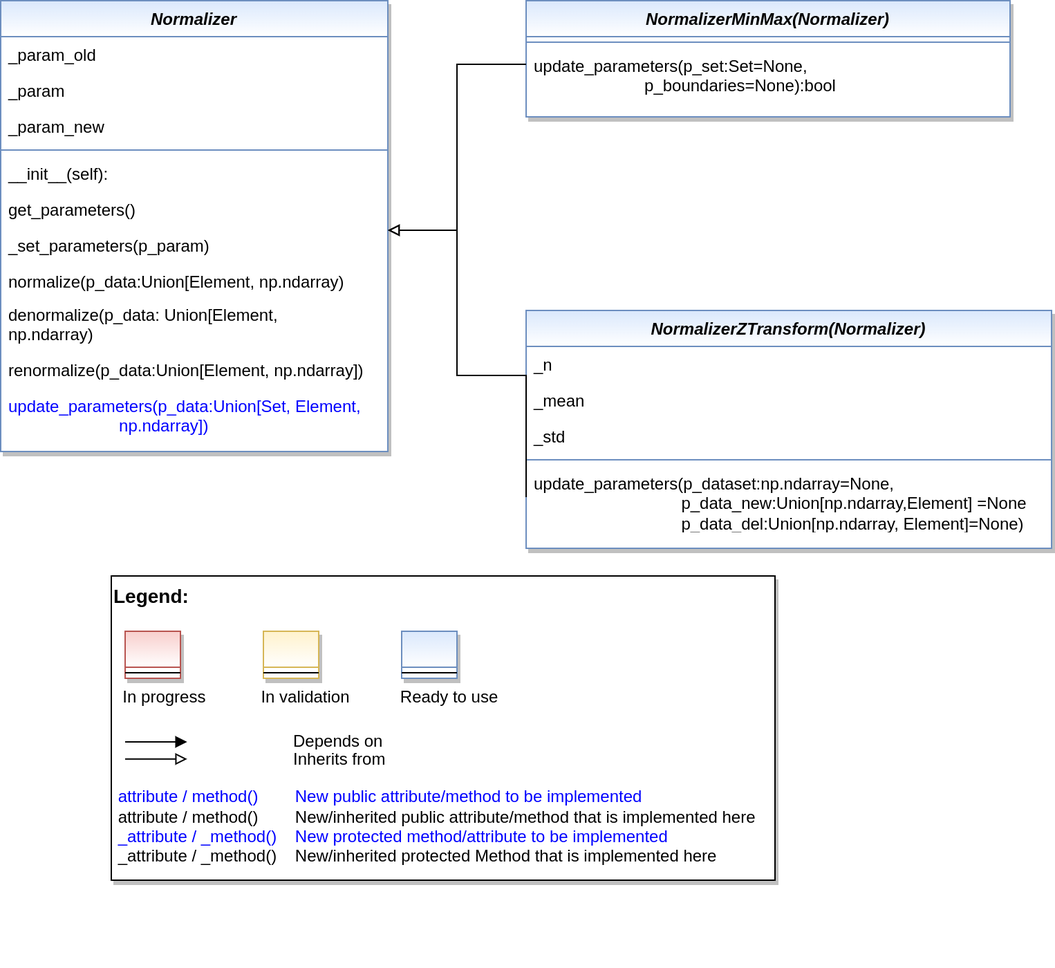
Before: doc/rtd/content/99_appendices/appendix2/sub/mlpro_bf/layer2_mathematics/images/MLPro-BF-Math-Normalizers_class_diagram.drawio.png, a diagram exported from draw.io (fhswf/MLPro). Source tidied: cells renumbered, new cells last; positions are measured from the earlier drawing's top-left corner, leaving out a move shared by most shapes.
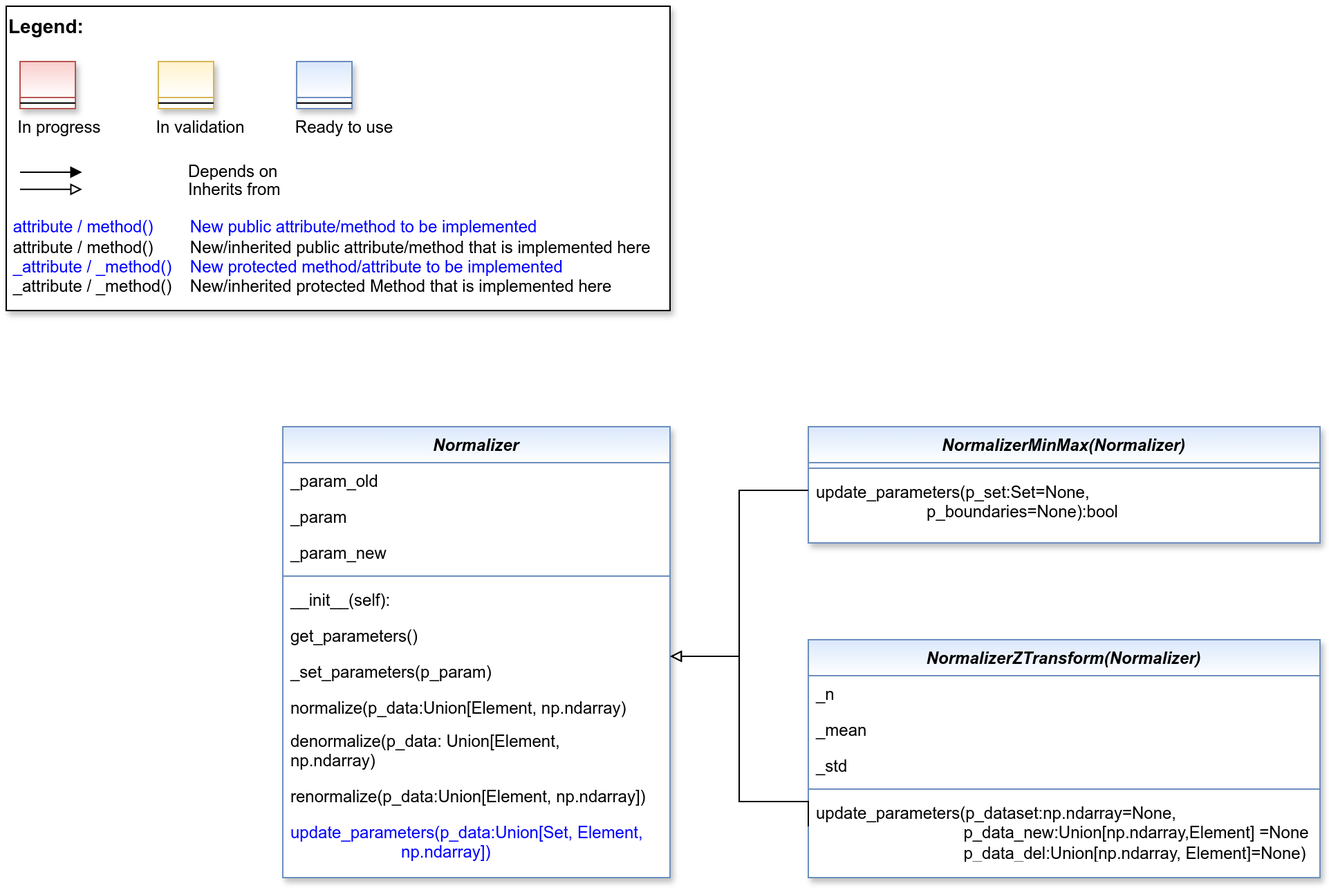
Later version of the same file.

The edit, as a diff of the source:
```diff
@@ -1,8 +1,8 @@
 <mxGraphModel>
   <root>
-    <mxCell id="0" />
-    <mxCell id="1" parent="0" />
+    <mxCell id="35" />
+    <mxCell id="36" parent="35" />
-    <mxCell id="2" value="Normalizer" style="swimlane;fontStyle=3;align=center;verticalAlign=top;horizontal=1;startSize=26;rounded=0;shadow=1;strokeWidth=1;fillColor=#dae8fc;strokeColor=#6c8ebf;gradientColor=#FFFFFF;swimlaneFillColor=#FFFFFF;" parent="1" vertex="1">
+    <mxCell id="2" value="Normalizer" style="swimlane;fontStyle=3;align=center;verticalAlign=top;horizontal=1;startSize=26;rounded=0;shadow=1;strokeWidth=1;fillColor=#dae8fc;strokeColor=#6c8ebf;gradientColor=#FFFFFF;swimlaneFillColor=#FFFFFF;" parent="36" vertex="1">
       <mxGeometry width="280" height="326" as="geometry" />
     </mxCell>
     <mxCell id="3" value="_param_old" style="text;align=left;verticalAlign=top;spacingLeft=4;spacingRight=4;overflow=hidden;rounded=0;shadow=0;html=0;" parent="2" vertex="1">
@@ -38,58 +38,58 @@
     <mxCell id="13" value="update_parameters(p_data:Union[Set, Element,                         np.ndarray])" style="text;align=left;verticalAlign=top;spacingLeft=4;spacingRight=4;overflow=hidden;fontColor=#0000FF;whiteSpace=wrap;" parent="2" vertex="1">
       <mxGeometry y="280" width="280" height="44" as="geometry" />
     </mxCell>
-    <mxCell id="14" value="NormalizerMinMax(Normalizer)" style="swimlane;fontStyle=3;align=center;verticalAlign=top;horizontal=1;startSize=26;rounded=0;shadow=1;strokeWidth=1;fillColor=#dae8fc;strokeColor=#6c8ebf;gradientColor=#FFFFFF;swimlaneFillColor=#FFFFFF;" parent="1" vertex="1">
-      <mxGeometry x="380" width="350" height="84" as="geometry" />
+    <mxCell id="14" value="NormalizerMinMax(Normalizer)" style="swimlane;fontStyle=3;align=center;verticalAlign=top;horizontal=1;startSize=26;rounded=0;shadow=1;strokeWidth=1;fillColor=#dae8fc;strokeColor=#6c8ebf;gradientColor=#FFFFFF;swimlaneFillColor=#FFFFFF;" parent="36" vertex="1">
+      <mxGeometry x="380" width="370" height="84" as="geometry" />
     </mxCell>
-    <mxCell id="15" style="line;html=1;strokeWidth=1;align=left;verticalAlign=middle;spacingTop=-1;spacingLeft=3;spacingRight=3;labelPosition=right;fillColor=#dae8fc;strokeColor=#6c8ebf;" parent="14" vertex="1">
-      <mxGeometry y="26" width="350" height="8" as="geometry" />
-    </mxCell>
+    <mxCell id="37" style="line;html=1;strokeWidth=1;align=left;verticalAlign=middle;spacingTop=-1;spacingLeft=3;spacingRight=3;labelPosition=right;fillColor=#dae8fc;strokeColor=#6c8ebf;" parent="14" vertex="1">
+      <mxGeometry y="26" width="370" height="8" as="geometry" />
+    </mxCell>
     <mxCell id="16" value="update_parameters(p_set:Set=None,                         p_boundaries=None):bool" style="text;align=left;verticalAlign=top;spacingLeft=4;spacingRight=4;overflow=hidden;fontColor=#000000;whiteSpace=wrap;" parent="14" vertex="1">
-      <mxGeometry y="34" width="350" height="50" as="geometry" />
+      <mxGeometry y="34" width="370" height="50" as="geometry" />
     </mxCell>
-    <mxCell id="17" style="edgeStyle=orthogonalEdgeStyle;rounded=0;jettySize=auto;html=1;fontColor=#000000;endArrow=block;endFill=0;" parent="1" edge="1" source="14">
-      <mxGeometry relative="1" as="geometry">
-        <mxPoint x="280" y="166" as="targetPoint" />
-        <Array as="points">
-          <mxPoint x="330" y="46" />
-          <mxPoint x="330" y="166" />
-        </Array>
-      </mxGeometry>
-    </mxCell>
+    <mxCell id="38" style="edgeStyle=orthogonalEdgeStyle;rounded=0;jettySize=auto;html=1;fontColor=#000000;endArrow=block;endFill=0;" parent="36" edge="1" source="14">
+      <mxGeometry relative="1" as="geometry">
+        <mxPoint x="280" y="166" as="targetPoint" />
+        <Array as="points">
+          <mxPoint x="330" y="46" />
+          <mxPoint x="330" y="166" />
+        </Array>
+      </mxGeometry>
+    </mxCell>
-    <mxCell id="18" value="NormalizerZTransform(Normalizer)" style="swimlane;fontStyle=3;align=center;verticalAlign=top;horizontal=1;startSize=26;rounded=0;shadow=1;strokeWidth=1;fillColor=#dae8fc;strokeColor=#6c8ebf;gradientColor=#FFFFFF;swimlaneFillColor=#FFFFFF;" parent="1" vertex="1">
-      <mxGeometry x="380" y="224" width="380" height="172" as="geometry" />
+    <mxCell id="18" value="NormalizerZTransform(Normalizer)" style="swimlane;fontStyle=3;align=center;verticalAlign=top;horizontal=1;startSize=26;rounded=0;shadow=1;strokeWidth=1;fillColor=#dae8fc;strokeColor=#6c8ebf;gradientColor=#FFFFFF;swimlaneFillColor=#FFFFFF;" parent="36" vertex="1">
+      <mxGeometry x="380" y="154" width="370" height="172" as="geometry" />
     </mxCell>
     <mxCell id="19" value="_n" style="text;align=left;verticalAlign=top;spacingLeft=4;spacingRight=4;overflow=hidden;rounded=0;shadow=0;html=0;" parent="18" vertex="1">
-      <mxGeometry y="26" width="380" height="26" as="geometry" />
+      <mxGeometry y="26" width="370" height="26" as="geometry" />
     </mxCell>
     <mxCell id="20" value="_mean" style="text;align=left;verticalAlign=top;spacingLeft=4;spacingRight=4;overflow=hidden;rounded=0;shadow=0;html=0;" parent="18" vertex="1">
-      <mxGeometry y="52" width="380" height="26" as="geometry" />
+      <mxGeometry y="52" width="370" height="26" as="geometry" />
     </mxCell>
     <mxCell id="21" value="_std" style="text;align=left;verticalAlign=top;spacingLeft=4;spacingRight=4;overflow=hidden;rounded=0;shadow=0;html=0;" parent="18" vertex="1">
-      <mxGeometry y="78" width="380" height="26" as="geometry" />
+      <mxGeometry y="78" width="370" height="26" as="geometry" />
     </mxCell>
-    <mxCell id="22" style="line;html=1;strokeWidth=1;align=left;verticalAlign=middle;spacingTop=-1;spacingLeft=3;spacingRight=3;labelPosition=right;fillColor=#dae8fc;strokeColor=#6c8ebf;gradientColor=#FFFFFF;" parent="18" vertex="1">
-      <mxGeometry y="104" width="380" height="8" as="geometry" />
-    </mxCell>
+    <mxCell id="39" style="line;html=1;strokeWidth=1;align=left;verticalAlign=middle;spacingTop=-1;spacingLeft=3;spacingRight=3;labelPosition=right;fillColor=#dae8fc;strokeColor=#6c8ebf;gradientColor=#FFFFFF;" parent="18" vertex="1">
+      <mxGeometry y="104" width="370" height="8" as="geometry" />
+    </mxCell>
     <mxCell id="23" value="update_parameters(p_dataset:np.ndarray=None,                                 p_data_new:Union[np.ndarray,Element] =None&#10;                                p_data_del:Union[np.ndarray, Element]=None)" style="text;align=left;verticalAlign=top;spacingLeft=4;spacingRight=4;overflow=hidden;points=[[0,0.5],[1,0.5]];portConstraint=eastwest;fontColor=#000000;whiteSpace=wrap;" parent="18" vertex="1">
-      <mxGeometry y="112" width="380" height="46" as="geometry" />
+      <mxGeometry y="112" width="370" height="46" as="geometry" />
     </mxCell>
-    <mxCell id="24" style="edgeStyle=orthogonalEdgeStyle;rounded=0;jettySize=auto;html=1;fontColor=#000000;endArrow=block;endFill=0;exitX=0;exitY=0.5;exitDx=0;exitDy=0;" parent="1" edge="1" source="23">
-      <mxGeometry relative="1" as="geometry">
-        <mxPoint x="280" y="166" as="targetPoint" />
-        <Array as="points">
-          <mxPoint x="330" y="271" />
-          <mxPoint x="330" y="166" />
-        </Array>
-      </mxGeometry>
-    </mxCell>
-    <mxCell id="25" style="group;" parent="1" vertex="1">
-      <mxGeometry x="80" y="416" width="480" height="220" as="geometry" />
-    </mxCell>
+    <mxCell id="40" style="edgeStyle=orthogonalEdgeStyle;rounded=0;jettySize=auto;html=1;fontColor=#000000;endArrow=block;endFill=0;exitX=0;exitY=0.5;exitDx=0;exitDy=0;" parent="36" edge="1" source="23">
+      <mxGeometry relative="1" as="geometry">
+        <mxPoint x="280" y="166" as="targetPoint" />
+        <Array as="points">
+          <mxPoint x="330" y="271" />
+          <mxPoint x="330" y="166" />
+        </Array>
+      </mxGeometry>
+    </mxCell>
+    <mxCell id="41" style="group;" parent="36" vertex="1">
+      <mxGeometry x="-200" y="-304" width="480" height="220" as="geometry" />
+    </mxCell>
-    <mxCell id="26" value="&lt;font color=&quot;#000000&quot; size=&quot;1&quot;&gt;&lt;b style=&quot;font-size: 14px&quot;&gt;Legend:&lt;br&gt;&lt;/b&gt;&lt;/font&gt;&lt;br&gt;&lt;br&gt;&lt;br&gt;&lt;font color=&quot;#0000ff&quot; style=&quot;font-size: 6px&quot;&gt;&lt;br&gt;&lt;/font&gt;&lt;span style=&quot;color: rgb(0 , 0 , 0)&quot;&gt;&lt;font style=&quot;font-size: 4px&quot;&gt;&amp;nbsp; &amp;nbsp;&lt;/font&gt;&amp;nbsp;In progress&amp;nbsp; &amp;nbsp; &amp;nbsp; &amp;nbsp; &amp;nbsp; &amp;nbsp; In validation&amp;nbsp; &amp;nbsp; &amp;nbsp; &amp;nbsp; &amp;nbsp; &amp;nbsp;Ready to use&lt;/span&gt;&lt;font color=&quot;#000000&quot;&gt;&amp;nbsp;&lt;br&gt;&lt;/font&gt;&lt;font color=&quot;#0000ff&quot;&gt;&lt;br&gt;&lt;br&gt;&lt;br&gt;&lt;br&gt;&amp;nbsp;attribute / method()&amp;nbsp; &amp;nbsp; &amp;nbsp; &amp;nbsp; New public attribute/method to be implemented&lt;/font&gt;&lt;br&gt;&lt;font color=&quot;#000000&quot;&gt;&amp;nbsp;&lt;/font&gt;&lt;font color=&quot;#000000&quot;&gt;attribute / method()&lt;span&gt;&#9;&lt;/span&gt;&amp;nbsp; &amp;nbsp; &amp;nbsp; &amp;nbsp;New/inherited public attribute/method that is implemented here&lt;br&gt;&lt;/font&gt;&lt;font color=&quot;#0000ff&quot;&gt;&amp;nbsp;_attribute /&amp;nbsp;&lt;/font&gt;&lt;font color=&quot;#0000ff&quot;&gt;_method()&amp;nbsp; &amp;nbsp; New protected method/attribute to be implemented&lt;/font&gt;&lt;br&gt;&lt;font color=&quot;#000000&quot;&gt;&amp;nbsp;_attribute / _method()&amp;nbsp; &amp;nbsp; New/inherited protected Method that is implemented here&lt;br&gt;&lt;/font&gt;&lt;font color=&quot;#000000&quot;&gt;&lt;br&gt;&lt;br&gt;&lt;br&gt;&lt;br&gt;&lt;br&gt;&lt;/font&gt;" style="text;html=1;align=left;verticalAlign=top;whiteSpace=wrap;rounded=0;fontColor=#006600;strokeColor=#000000;shadow=1;fillColor=#ffffff;" parent="25" vertex="1">
+    <mxCell id="26" value="&lt;font color=&quot;#000000&quot; size=&quot;1&quot;&gt;&lt;b style=&quot;font-size: 14px&quot;&gt;Legend:&lt;br&gt;&lt;/b&gt;&lt;/font&gt;&lt;br&gt;&lt;br&gt;&lt;br&gt;&lt;font color=&quot;#0000ff&quot; style=&quot;font-size: 6px&quot;&gt;&lt;br&gt;&lt;/font&gt;&lt;span style=&quot;color: rgb(0 , 0 , 0)&quot;&gt;&lt;font style=&quot;font-size: 4px&quot;&gt;&amp;nbsp; &amp;nbsp;&lt;/font&gt;&amp;nbsp;In progress&amp;nbsp; &amp;nbsp; &amp;nbsp; &amp;nbsp; &amp;nbsp; &amp;nbsp; In validation&amp;nbsp; &amp;nbsp; &amp;nbsp; &amp;nbsp; &amp;nbsp; &amp;nbsp;Ready to use&lt;/span&gt;&lt;font color=&quot;#000000&quot;&gt;&amp;nbsp;&lt;br&gt;&lt;/font&gt;&lt;font color=&quot;#0000ff&quot;&gt;&lt;br&gt;&lt;br&gt;&lt;br&gt;&lt;br&gt;&amp;nbsp;attribute / method()&amp;nbsp; &amp;nbsp; &amp;nbsp; &amp;nbsp; New public attribute/method to be implemented&lt;/font&gt;&lt;br&gt;&lt;font color=&quot;#000000&quot;&gt;&amp;nbsp;&lt;/font&gt;&lt;font color=&quot;#000000&quot;&gt;attribute / method()&lt;span&gt;&#9;&lt;/span&gt;&amp;nbsp; &amp;nbsp; &amp;nbsp; &amp;nbsp;New/inherited public attribute/method that is implemented here&lt;br&gt;&lt;/font&gt;&lt;font color=&quot;#0000ff&quot;&gt;&amp;nbsp;_attribute /&amp;nbsp;&lt;/font&gt;&lt;font color=&quot;#0000ff&quot;&gt;_method()&amp;nbsp; &amp;nbsp; New protected method/attribute to be implemented&lt;/font&gt;&lt;br&gt;&lt;font color=&quot;#000000&quot;&gt;&amp;nbsp;_attribute / _method()&amp;nbsp; &amp;nbsp; New/inherited protected Method that is implemented here&lt;br&gt;&lt;/font&gt;&lt;font color=&quot;#000000&quot;&gt;&lt;br&gt;&lt;br&gt;&lt;br&gt;&lt;br&gt;&lt;br&gt;&lt;/font&gt;" style="text;html=1;align=left;verticalAlign=top;whiteSpace=wrap;rounded=0;fontColor=#006600;strokeColor=#000000;shadow=1;fillColor=#ffffff;" parent="41" vertex="1">
       <mxGeometry width="480" height="220" as="geometry" />
     </mxCell>
-    <mxCell id="27" value="Depends on" style="endArrow=block;html=1;labelPosition=right;verticalLabelPosition=middle;align=left;verticalAlign=middle;endFill=1;fontSize=12;" parent="25" edge="1">
+    <mxCell id="27" value="Depends on" style="endArrow=block;html=1;labelPosition=right;verticalLabelPosition=middle;align=left;verticalAlign=middle;endFill=1;fontSize=12;" parent="41" edge="1">
       <mxGeometry x="-1590" y="-2180" as="geometry">
         <mxPoint x="10" y="120" as="sourcePoint" />
         <mxPoint x="54.8" y="120" as="targetPoint" />
@@ -99,30 +99,30 @@
         <mxPoint x="98" as="offset" />
       </mxGeometry>
     </mxCell>
-    <mxCell id="28" value="Inherits from" style="endArrow=block;html=1;labelPosition=right;verticalLabelPosition=middle;align=left;verticalAlign=middle;endFill=0;fontSize=12;" parent="25" edge="1">
+    <mxCell id="28" value="Inherits from" style="endArrow=block;html=1;labelPosition=right;verticalLabelPosition=middle;align=left;verticalAlign=middle;endFill=0;fontSize=12;" parent="41" edge="1">
       <mxGeometry x="-1590" y="-2180" as="geometry">
         <mxPoint x="10" y="132.4" as="sourcePoint" />
         <mxPoint x="54.8" y="132.4" as="targetPoint" />
         <mxPoint x="98" y="1" as="offset" />
       </mxGeometry>
     </mxCell>
-    <mxCell id="29" style="swimlane;fontStyle=3;align=center;verticalAlign=top;horizontal=1;startSize=26;rounded=0;shadow=1;strokeWidth=1;fillColor=#f8cecc;strokeColor=#b85450;gradientColor=#ffffff;swimlaneFillColor=#ffffff;" parent="25" vertex="1">
+    <mxCell id="29" style="swimlane;fontStyle=3;align=center;verticalAlign=top;horizontal=1;startSize=26;rounded=0;shadow=1;strokeWidth=1;fillColor=#f8cecc;strokeColor=#b85450;gradientColor=#ffffff;swimlaneFillColor=#ffffff;" parent="41" vertex="1">
       <mxGeometry x="10" y="40" width="40" height="34" as="geometry" />
     </mxCell>
-    <mxCell id="30" style="line;html=1;strokeWidth=1;align=left;verticalAlign=middle;spacingTop=-1;spacingLeft=3;spacingRight=3;labelPosition=right;" parent="29" vertex="1">
-      <mxGeometry y="26" width="40" height="8" as="geometry" />
-    </mxCell>
+    <mxCell id="42" style="line;html=1;strokeWidth=1;align=left;verticalAlign=middle;spacingTop=-1;spacingLeft=3;spacingRight=3;labelPosition=right;" parent="29" vertex="1">
+      <mxGeometry y="26" width="40" height="8" as="geometry" />
+    </mxCell>
-    <mxCell id="31" style="swimlane;fontStyle=3;align=center;verticalAlign=top;horizontal=1;startSize=26;rounded=0;shadow=1;strokeWidth=1;fillColor=#fff2cc;strokeColor=#d6b656;gradientColor=#ffffff;swimlaneFillColor=#ffffff;" parent="25" vertex="1">
+    <mxCell id="31" style="swimlane;fontStyle=3;align=center;verticalAlign=top;horizontal=1;startSize=26;rounded=0;shadow=1;strokeWidth=1;fillColor=#fff2cc;strokeColor=#d6b656;gradientColor=#ffffff;swimlaneFillColor=#ffffff;" parent="41" vertex="1">
       <mxGeometry x="110" y="40" width="40" height="34" as="geometry" />
     </mxCell>
-    <mxCell id="32" style="line;html=1;strokeWidth=1;align=left;verticalAlign=middle;spacingTop=-1;spacingLeft=3;spacingRight=3;labelPosition=right;" parent="31" vertex="1">
-      <mxGeometry y="26" width="40" height="8" as="geometry" />
-    </mxCell>
+    <mxCell id="43" style="line;html=1;strokeWidth=1;align=left;verticalAlign=middle;spacingTop=-1;spacingLeft=3;spacingRight=3;labelPosition=right;" parent="31" vertex="1">
+      <mxGeometry y="26" width="40" height="8" as="geometry" />
+    </mxCell>
-    <mxCell id="33" style="swimlane;fontStyle=3;align=center;verticalAlign=top;horizontal=1;startSize=26;rounded=0;shadow=1;strokeWidth=1;fillColor=#dae8fc;strokeColor=#6c8ebf;gradientColor=#ffffff;swimlaneFillColor=#ffffff;" parent="25" vertex="1">
+    <mxCell id="33" style="swimlane;fontStyle=3;align=center;verticalAlign=top;horizontal=1;startSize=26;rounded=0;shadow=1;strokeWidth=1;fillColor=#dae8fc;strokeColor=#6c8ebf;gradientColor=#ffffff;swimlaneFillColor=#ffffff;" parent="41" vertex="1">
       <mxGeometry x="210" y="40" width="40" height="34" as="geometry" />
     </mxCell>
-    <mxCell id="34" style="line;html=1;strokeWidth=1;align=left;verticalAlign=middle;spacingTop=-1;spacingLeft=3;spacingRight=3;labelPosition=right;" parent="33" vertex="1">
-      <mxGeometry y="26" width="40" height="8" as="geometry" />
-    </mxCell>
+    <mxCell id="44" style="line;html=1;strokeWidth=1;align=left;verticalAlign=middle;spacingTop=-1;spacingLeft=3;spacingRight=3;labelPosition=right;" parent="33" vertex="1">
+      <mxGeometry y="26" width="40" height="8" as="geometry" />
+    </mxCell>
   </root>
 </mxGraphModel>
```
